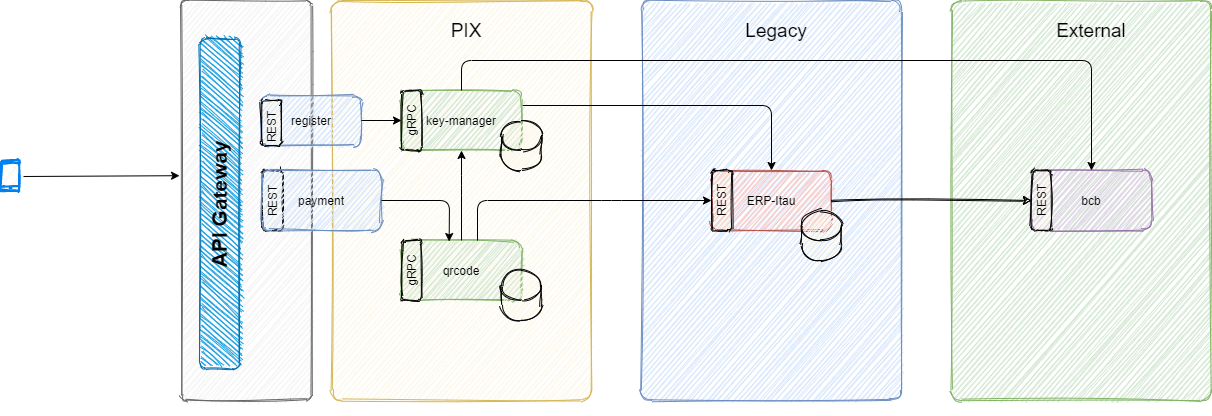
The draw.io diagram recursos/diagramas/PIX.png in rafaellavaccarizup/orange-stack-documentacao, before a commit. Source tidied: cells renumbered, new cells last; positions are measured from the earlier drawing's top-left corner, leaving out a move shared by most shapes.
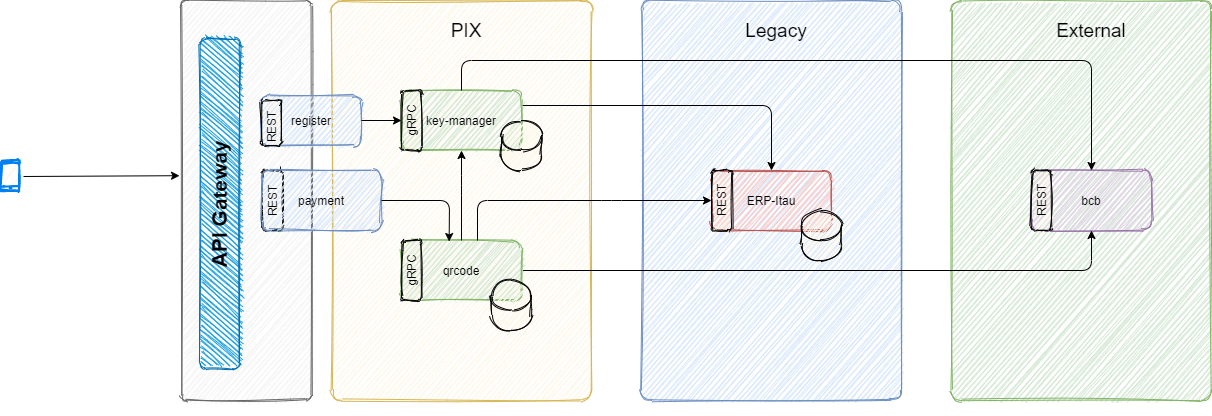
Above is the later version.

Commit message:
ajusta diagrama do PIX novamente;

What changed in the source:
```diff
@@ -29,6 +29,9 @@
     <mxCell id="10" value="bcb" style="rounded=1;whiteSpace=wrap;html=1;fillColor=#e1d5e7;strokeColor=#9673a6;sketch=1;" parent="1" vertex="1">
       <mxGeometry x="1030" y="170" width="120" height="60" as="geometry" />
     </mxCell>
+    <mxCell id="42" style="edgeStyle=orthogonalEdgeStyle;rounded=1;jettySize=auto;html=1;exitX=1;exitY=0.5;exitDx=0;exitDy=0;entryX=0.5;entryY=1;entryDx=0;entryDy=0;" parent="1" edge="1" source="11" target="10">
+      <mxGeometry relative="1" as="geometry" />
+    </mxCell>
     <mxCell id="11" value="qrcode" style="rounded=1;whiteSpace=wrap;html=1;fillColor=#d5e8d4;strokeColor=#82b366;sketch=1;" parent="1" vertex="1">
       <mxGeometry x="400" y="240" width="120" height="60" as="geometry" />
     </mxCell>
@@ -47,9 +50,6 @@
     <mxCell id="16" value="&lt;font style=&quot;font-size: 19px&quot;&gt;External&lt;/font&gt;" style="text;html=1;strokeColor=none;fillColor=none;align=center;verticalAlign=middle;whiteSpace=wrap;rounded=0;sketch=1;" parent="1" vertex="1">
       <mxGeometry x="995" y="20" width="190" height="20" as="geometry" />
     </mxCell>
-    <mxCell id="17" style="endArrow=classic;html=1;entryX=0;entryY=0.5;entryDx=0;entryDy=0;exitX=1;exitY=0.5;exitDx=0;exitDy=0;sketch=1;" parent="1" edge="1" source="12" target="10">
-      <mxGeometry relative="1" as="geometry" />
-    </mxCell>
     <mxCell id="18" style="rounded=1;whiteSpace=wrap;html=1;sketch=1;fillColor=#FCF8EB;" parent="1" vertex="1">
       <mxGeometry x="400" y="90" width="20" height="60" as="geometry" />
     </mxCell>
@@ -81,7 +81,7 @@
       <mxGeometry x="500" y="120" width="40" height="50" as="geometry" />
     </mxCell>
     <mxCell id="28" style="shape=cylinder3;whiteSpace=wrap;html=1;boundedLbl=1;backgroundOutline=1;size=15;sketch=1;fillColor=#FCF8EB;" parent="1" vertex="1">
-      <mxGeometry x="500" y="270" width="40" height="50" as="geometry" />
+      <mxGeometry x="490" y="280" width="40" height="50" as="geometry" />
     </mxCell>
     <mxCell id="29" style="shape=cylinder3;whiteSpace=wrap;html=1;boundedLbl=1;backgroundOutline=1;size=15;sketch=1;fillColor=#FCF8EB;" parent="1" vertex="1">
       <mxGeometry x="800" y="210" width="40" height="50" as="geometry" />
```
